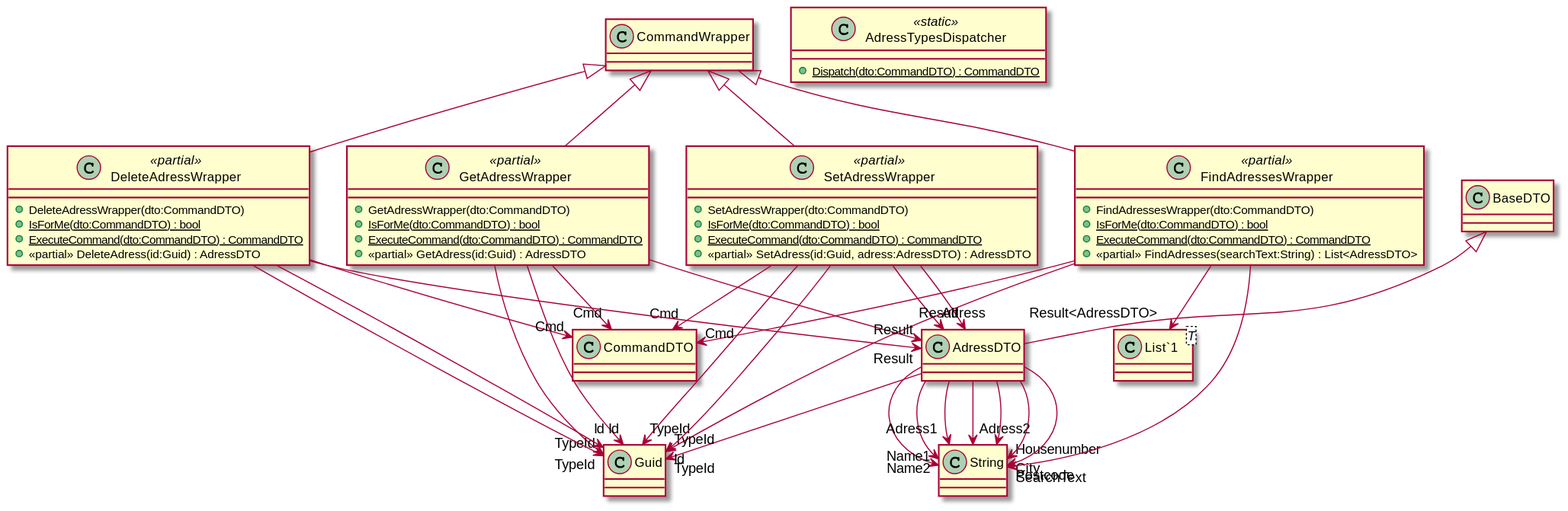
kokolorix/wEBcMD keeps this PlantUML diagram as wEBcMD/Doc/Types/cs/AdressTypes.svg. Above is the earlier version.
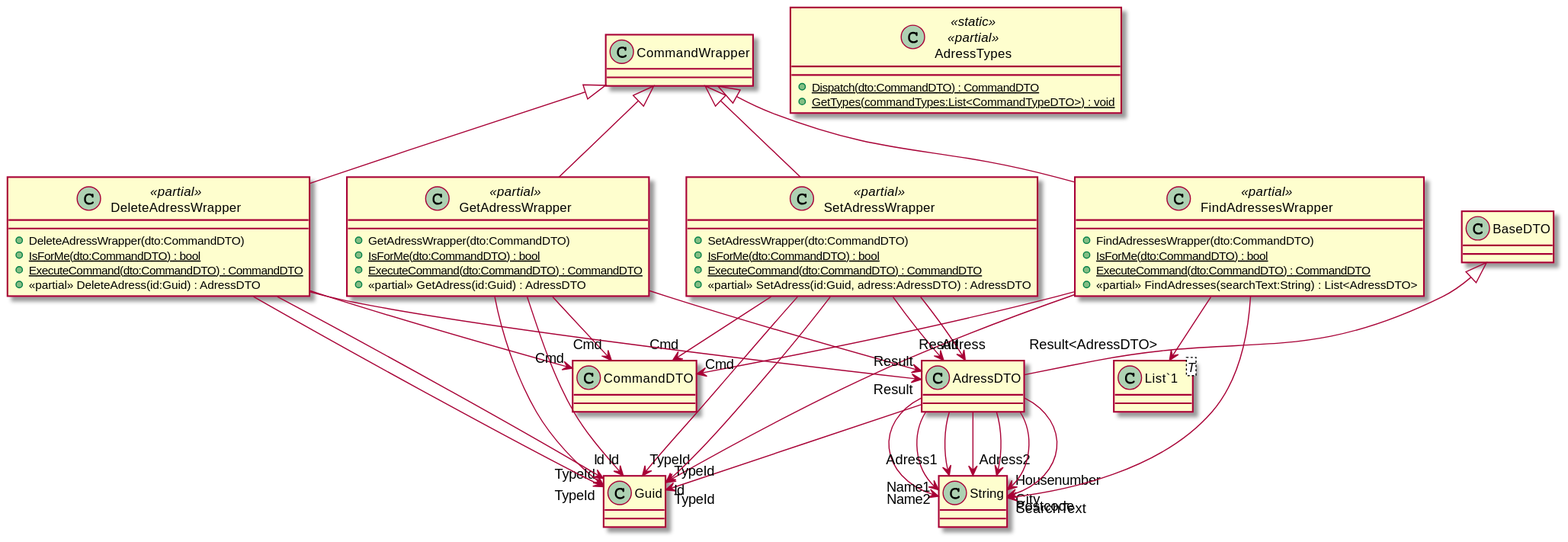
After the commit.

The edit, as a diff of the source:
```diff
@@ -25,8 +25,11 @@
     + {static} ExecuteCommand(dto:CommandDTO) : CommandDTO
     + <<partial>> DeleteAdress(id:Guid) : AdressDTO
 }
-class AdressTypesDispatcher <<static>> {
+class AdressTypes <<static>> <<partial>> {
     + {static} Dispatch(dto:CommandDTO) : CommandDTO
+}
+class AdressTypes <<static>> <<partial>> {
+    + {static} GetTypes(commandTypes:List<CommandTypeDTO>) : void
 }
 class "List`1"<T> {
 }
```
